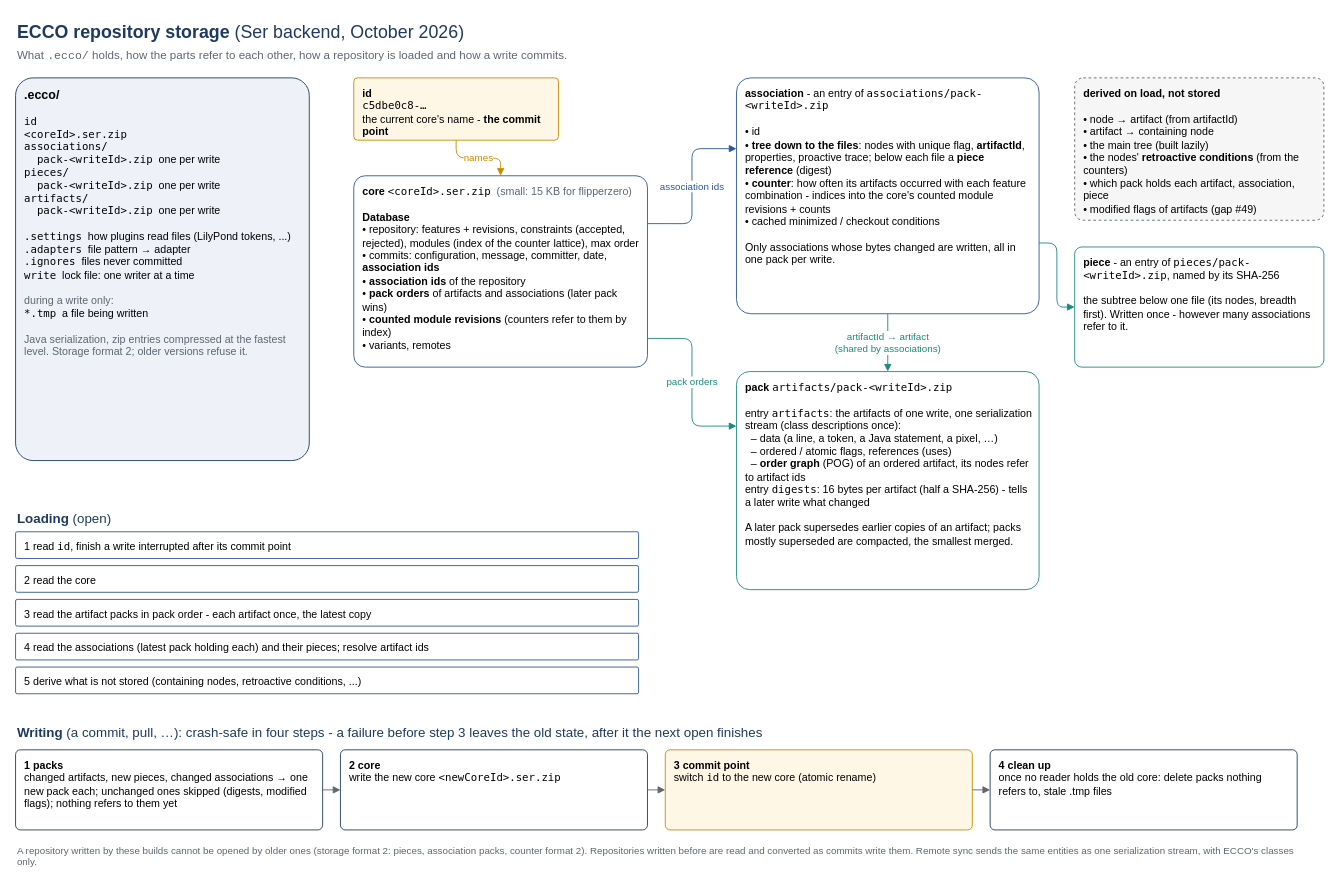
This is doc/storage-structure.drawio from jku-isse/ecco, a draw.io file, before an edit. Source tidied: cells renumbered, new cells numbered last; positions are measured from the earlier drawing's top-left corner, leaving out a move shared by most shapes. Both pictures are drawn from the tidied source at 89%, with x=0, y=0 at pixel (15, 15).
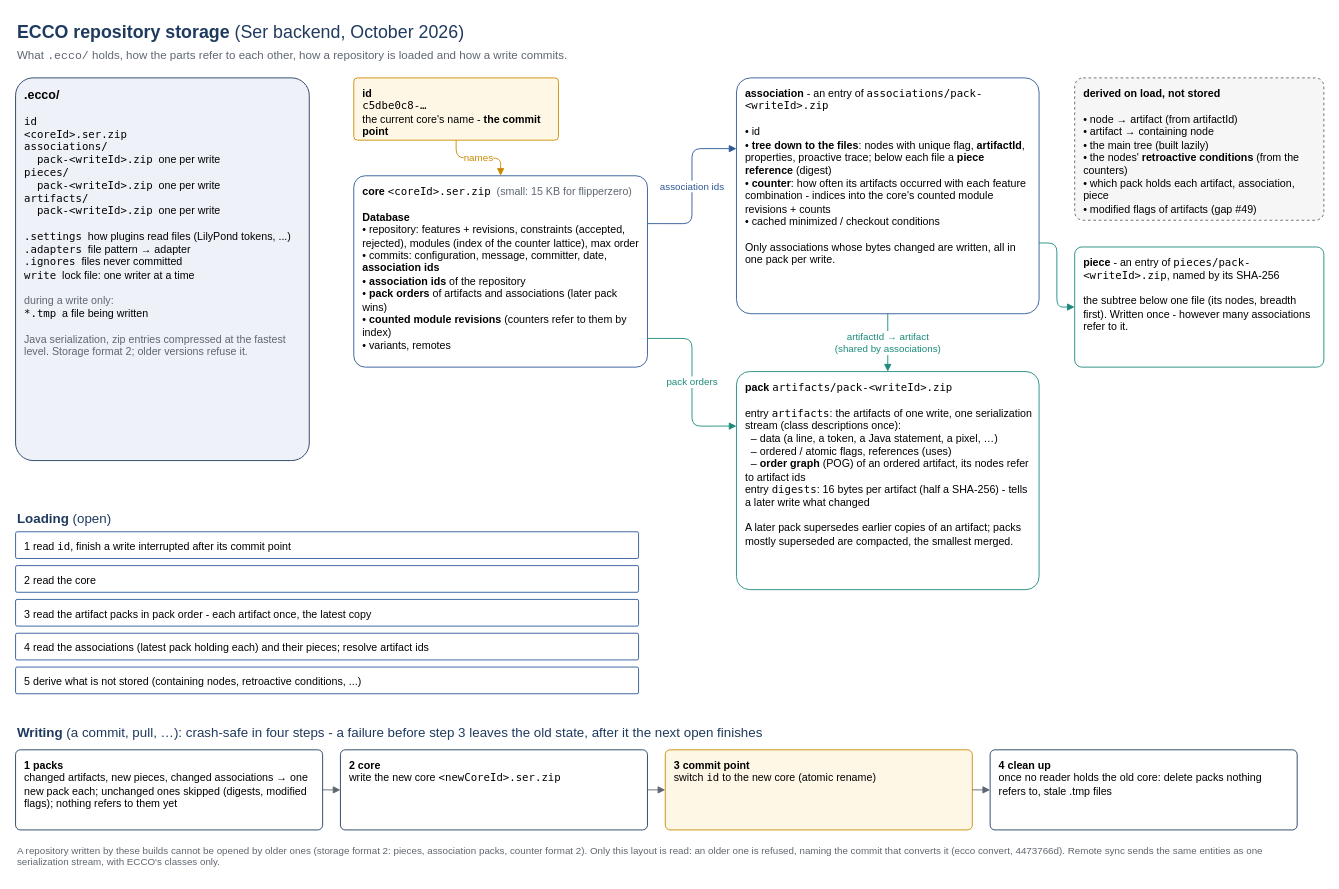
Above is the later version.

Change to the diagram source:
```diff
@@
-    <mxCell id="30" value="&lt;span style='color:#5f6670'&gt;A repository written by these builds cannot be opened by older ones (storage format 2: pieces, association packs, counter format 2). Repositories written before are read and converted as commits write them. Remote sync sends the same entities as one serialization stream, with ECCO's classes only.&lt;/span&gt;" style="text;html=1;whiteSpace=wrap;fontSize=11;fontColor=#1a1a1a;align=left;verticalAlign=top;fontFamily=Helvetica;" parent="1" vertex="1">
+    <mxCell id="30" value="&lt;span style='color:#5f6670'&gt;A repository written by these builds cannot be opened by older ones (storage format 2: pieces, association packs, counter format 2). Only this layout is read: an older one is refused, naming the commit that converts it (ecco convert, 4473766d). Remote sync sends the same entities as one serialization stream, with ECCO's classes only.&lt;/span&gt;" style="text;html=1;whiteSpace=wrap;fontSize=11;fontColor=#1a1a1a;align=left;verticalAlign=top;fontFamily=Helvetica;" parent="1" vertex="1">
       <mxGeometry y="925" width="1440" height="40" as="geometry" />
     </mxCell>
```
